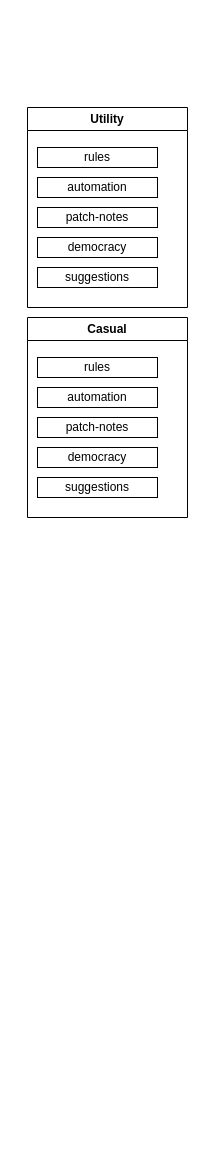
Before: pressureReleaseValve_organizational.drawio in pteryxcat/pressureReleaseValve, a draw.io diagram. Source tidied: cells renumbered, new cells numbered last; positions are measured from the earlier drawing's top-left corner, leaving out a move shared by most shapes. Both pictures are drawn from the tidied source at 100%, with x=0, y=0 at pixel (27, 107).
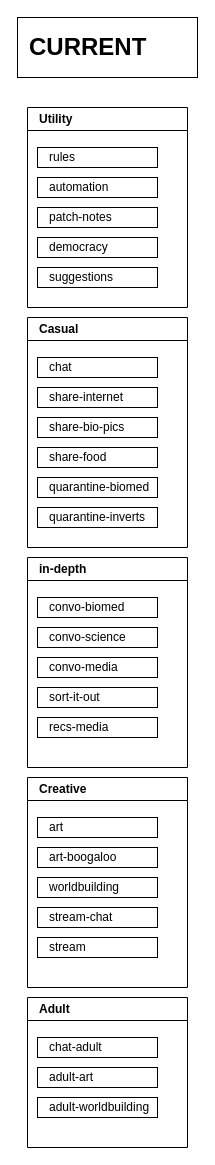
The same page after the edit.

Change to the diagram source:
```diff
@@
-    <mxCell id="2" value="Utility" style="swimlane;whiteSpace=wrap;html=1;" parent="1" vertex="1">
+    <mxCell id="2" value="Utility" style="swimlane;whiteSpace=wrap;html=1;align=left;spacingLeft=10;" parent="1" vertex="1">
       <mxGeometry width="160" height="200" as="geometry" />
     </mxCell>
-    <mxCell id="3" value="suggestions" style="rounded=0;whiteSpace=wrap;html=1;" parent="2" vertex="1">
+    <mxCell id="3" value="suggestions" style="rounded=0;whiteSpace=wrap;html=1;align=left;spacingLeft=10;" parent="2" vertex="1">
       <mxGeometry x="10" y="160" width="120" height="20" as="geometry" />
     </mxCell>
-    <mxCell id="4" value="rules" style="rounded=0;whiteSpace=wrap;html=1;" parent="2" vertex="1">
+    <mxCell id="4" value="rules" style="rounded=0;whiteSpace=wrap;html=1;align=left;spacingLeft=10;" parent="2" vertex="1">
       <mxGeometry x="10" y="40" width="120" height="20" as="geometry" />
     </mxCell>
-    <mxCell id="5" value="automation" style="rounded=0;whiteSpace=wrap;html=1;" parent="2" vertex="1">
+    <mxCell id="5" value="automation" style="rounded=0;whiteSpace=wrap;html=1;align=left;spacingLeft=10;" parent="2" vertex="1">
       <mxGeometry x="10" y="70" width="120" height="20" as="geometry" />
     </mxCell>
-    <mxCell id="6" value="&lt;div&gt;patch-notes&lt;/div&gt;" style="rounded=0;whiteSpace=wrap;html=1;" parent="2" vertex="1">
+    <mxCell id="6" value="&lt;div&gt;patch-notes&lt;/div&gt;" style="rounded=0;whiteSpace=wrap;html=1;align=left;spacingLeft=10;" parent="2" vertex="1">
       <mxGeometry x="10" y="100" width="120" height="20" as="geometry" />
     </mxCell>
-    <mxCell id="7" value="democracy" style="rounded=0;whiteSpace=wrap;html=1;" parent="2" vertex="1">
+    <mxCell id="7" value="democracy" style="rounded=0;whiteSpace=wrap;html=1;align=left;spacingLeft=10;" parent="2" vertex="1">
       <mxGeometry x="10" y="130" width="120" height="20" as="geometry" />
     </mxCell>
-    <mxCell id="8" value="Casual" style="swimlane;whiteSpace=wrap;html=1;" parent="1" vertex="1">
-      <mxGeometry y="210" width="160" height="200" as="geometry" />
+    <mxCell id="8" value="Casual" style="swimlane;whiteSpace=wrap;html=1;align=left;spacingLeft=10;" parent="1" vertex="1">
+      <mxGeometry y="210" width="160" height="230" as="geometry" />
     </mxCell>
-    <mxCell id="9" value="suggestions" style="rounded=0;whiteSpace=wrap;html=1;" parent="8" vertex="1">
+    <mxCell id="9" value="quarantine-biomed" style="rounded=0;whiteSpace=wrap;html=1;align=left;spacingLeft=10;" parent="8" vertex="1">
       <mxGeometry x="10" y="160" width="120" height="20" as="geometry" />
     </mxCell>
-    <mxCell id="10" value="rules" style="rounded=0;whiteSpace=wrap;html=1;" parent="8" vertex="1">
+    <mxCell id="10" value="chat" style="rounded=0;whiteSpace=wrap;html=1;align=left;spacingLeft=10;" parent="8" vertex="1">
       <mxGeometry x="10" y="40" width="120" height="20" as="geometry" />
     </mxCell>
-    <mxCell id="11" value="automation" style="rounded=0;whiteSpace=wrap;html=1;" parent="8" vertex="1">
+    <mxCell id="11" value="share-internet" style="rounded=0;whiteSpace=wrap;html=1;align=left;spacingLeft=10;" parent="8" vertex="1">
       <mxGeometry x="10" y="70" width="120" height="20" as="geometry" />
     </mxCell>
-    <mxCell id="12" value="&lt;div&gt;patch-notes&lt;/div&gt;" style="rounded=0;whiteSpace=wrap;html=1;" parent="8" vertex="1">
+    <mxCell id="12" value="share-bio-pics" style="rounded=0;whiteSpace=wrap;html=1;align=left;spacingLeft=10;" parent="8" vertex="1">
       <mxGeometry x="10" y="100" width="120" height="20" as="geometry" />
     </mxCell>
-    <mxCell id="13" value="democracy" style="rounded=0;whiteSpace=wrap;html=1;" parent="8" vertex="1">
+    <mxCell id="13" value="share-food" style="rounded=0;whiteSpace=wrap;html=1;align=left;spacingLeft=10;" parent="8" vertex="1">
       <mxGeometry x="10" y="130" width="120" height="20" as="geometry" />
     </mxCell>
+    <mxCell id="14" value="quarantine-inverts" style="rounded=0;whiteSpace=wrap;html=1;align=left;spacingLeft=10;" parent="8" vertex="1">
+      <mxGeometry x="10" y="190" width="120" height="20" as="geometry" />
+    </mxCell>
+    <mxCell id="15" value="in-depth" style="swimlane;whiteSpace=wrap;html=1;align=left;spacingLeft=10;" parent="1" vertex="1">
+      <mxGeometry y="450" width="160" height="210" as="geometry" />
+    </mxCell>
+    <mxCell id="16" value="recs-media" style="rounded=0;whiteSpace=wrap;html=1;align=left;spacingLeft=10;" parent="15" vertex="1">
+      <mxGeometry x="10" y="160" width="120" height="20" as="geometry" />
+    </mxCell>
+    <mxCell id="17" value="convo-biomed" style="rounded=0;whiteSpace=wrap;html=1;align=left;spacingLeft=10;" parent="15" vertex="1">
+      <mxGeometry x="10" y="40" width="120" height="20" as="geometry" />
+    </mxCell>
+    <mxCell id="18" value="convo-science" style="rounded=0;whiteSpace=wrap;html=1;align=left;spacingLeft=10;" parent="15" vertex="1">
+      <mxGeometry x="10" y="70" width="120" height="20" as="geometry" />
+    </mxCell>
+    <mxCell id="19" value="convo-media" style="rounded=0;whiteSpace=wrap;html=1;align=left;spacingLeft=10;" parent="15" vertex="1">
+      <mxGeometry x="10" y="100" width="120" height="20" as="geometry" />
+    </mxCell>
+    <mxCell id="20" value="sort-it-out" style="rounded=0;whiteSpace=wrap;html=1;align=left;spacingLeft=10;" parent="15" vertex="1">
+      <mxGeometry x="10" y="130" width="120" height="20" as="geometry" />
+    </mxCell>
+    <mxCell id="21" value="Creative" style="swimlane;whiteSpace=wrap;html=1;align=left;spacingLeft=10;" parent="1" vertex="1">
+      <mxGeometry y="670" width="160" height="210" as="geometry" />
+    </mxCell>
+    <mxCell id="22" value="stream" style="rounded=0;whiteSpace=wrap;html=1;align=left;spacingLeft=10;" parent="21" vertex="1">
+      <mxGeometry x="10" y="160" width="120" height="20" as="geometry" />
+    </mxCell>
+    <mxCell id="23" value="art" style="rounded=0;whiteSpace=wrap;html=1;align=left;spacingLeft=10;" parent="21" vertex="1">
+      <mxGeometry x="10" y="40" width="120" height="20" as="geometry" />
+    </mxCell>
+    <mxCell id="24" value="art-boogaloo" style="rounded=0;whiteSpace=wrap;html=1;align=left;spacingLeft=10;" parent="21" vertex="1">
+      <mxGeometry x="10" y="70" width="120" height="20" as="geometry" />
+    </mxCell>
+    <mxCell id="25" value="worldbuilding" style="rounded=0;whiteSpace=wrap;html=1;align=left;spacingLeft=10;" parent="21" vertex="1">
+      <mxGeometry x="10" y="100" width="120" height="20" as="geometry" />
+    </mxCell>
+    <mxCell id="26" value="stream-chat" style="rounded=0;whiteSpace=wrap;html=1;align=left;spacingLeft=10;" parent="21" vertex="1">
+      <mxGeometry x="10" y="130" width="120" height="20" as="geometry" />
+    </mxCell>
+    <mxCell id="27" value="Adult" style="swimlane;whiteSpace=wrap;html=1;align=left;spacingLeft=10;" parent="1" vertex="1">
+      <mxGeometry y="890" width="160" height="150" as="geometry" />
+    </mxCell>
+    <mxCell id="28" value="chat-adult" style="rounded=0;whiteSpace=wrap;html=1;align=left;spacingLeft=10;" parent="27" vertex="1">
+      <mxGeometry x="10" y="40" width="120" height="20" as="geometry" />
+    </mxCell>
+    <mxCell id="29" value="adult-art" style="rounded=0;whiteSpace=wrap;html=1;align=left;spacingLeft=10;" parent="27" vertex="1">
+      <mxGeometry x="10" y="70" width="120" height="20" as="geometry" />
+    </mxCell>
+    <mxCell id="30" value="adult-worldbuilding" style="rounded=0;whiteSpace=wrap;html=1;align=left;spacingLeft=10;" parent="27" vertex="1">
+      <mxGeometry x="10" y="100" width="120" height="20" as="geometry" />
+    </mxCell>
+    <mxCell id="31" value="&lt;h1&gt;CURRENT&lt;/h1&gt;" style="rounded=0;whiteSpace=wrap;html=1;align=left;spacingLeft=10;" parent="1" vertex="1">
+      <mxGeometry x="-10" y="-90" width="180" height="60" as="geometry" />
+    </mxCell>
```
